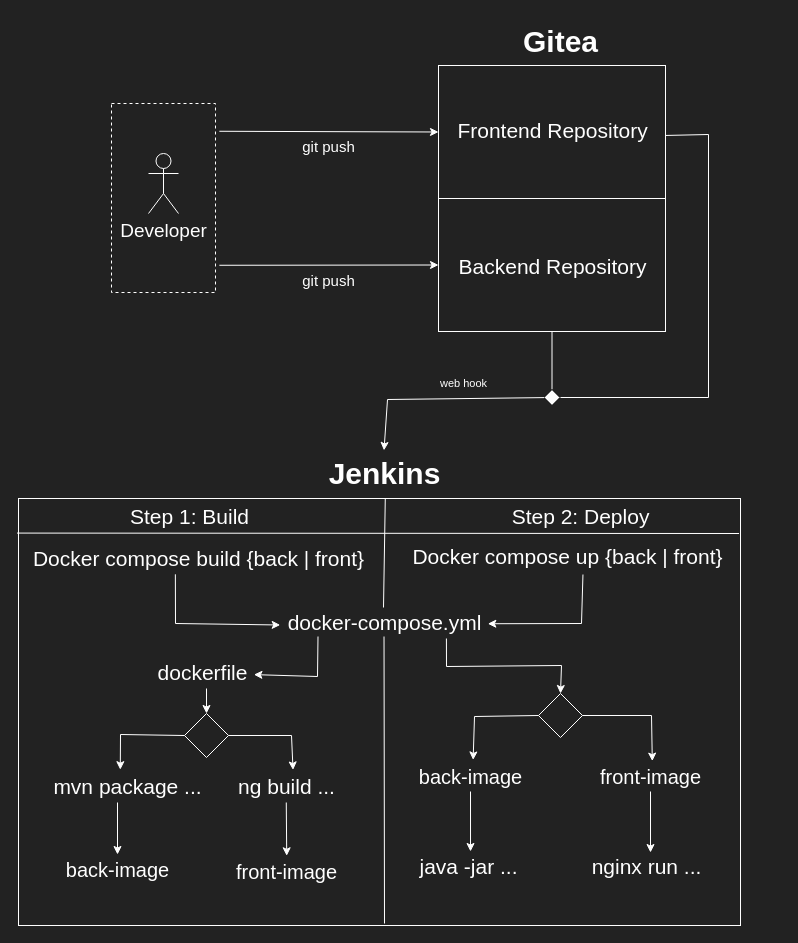
The draw.io diagram 1_documentation/devops-pipeline.drawio in somsos/somsos-template51-devops, before the edit. Source tidied: cells renumbered, new cells numbered last; positions are measured from the earlier drawing's top-left corner, leaving out a move shared by most shapes. Both pictures are drawn from the tidied source at 100%, with x=0, y=0 at pixel (18, 17).
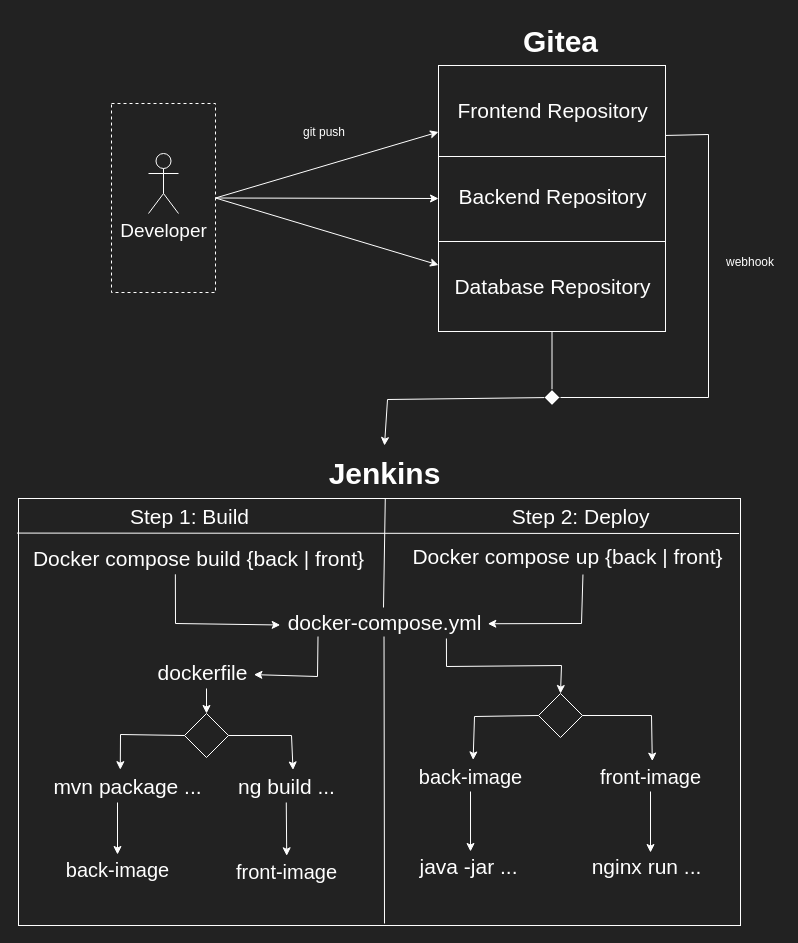
After the change.

The change refers to these unchanged cells:
```xml
<mxCell id="3" style="rounded=0;whiteSpace=wrap;html=1;fillColor=none;strokeColor=#FFFFFF;dashed=1;" parent="1" vertex="1">
  <mxGeometry x="93" y="86" width="104" height="189" as="geometry" />
</mxCell>
<mxCell id="5" style="rounded=0;whiteSpace=wrap;html=1;fillColor=none;strokeColor=#FFFFFF;" parent="1" vertex="1">
  <mxGeometry x="420" y="48" width="227" height="266" as="geometry" />
</mxCell>
<mxCell id="13" value="Jenkins" style="text;html=1;align=center;verticalAlign=middle;points=[];strokeColor=none;fillColor=none;fontColor=#FFFFFF;fontSize=30;rounded=0;fontStyle=1;" parent="1" vertex="1">
  <mxGeometry x="305.5" y="432" width="120" height="48" as="geometry" />
</mxCell>
<mxCell id="42" style="rhombus;whiteSpace=wrap;html=1;" parent="1" vertex="1">
  <mxGeometry x="525.5" y="372" width="16" height="16" as="geometry" />
</mxCell>
```

Diff of the diagram source:
```diff
@@
-    <mxCell id="6" value="git push" style="endArrow=none;startArrow=classic;html=1;strokeColor=#FFFFFF;rounded=0;curved=0;startFill=1;labelBackgroundColor=none;fontColor=#FFFFFF;verticalAlign=top;fontSize=15;endFill=0;exitX=0;exitY=0.25;exitDx=0;exitDy=0;entryX=1.037;entryY=0.147;entryDx=0;entryDy=0;entryPerimeter=0;" parent="1" edge="1" source="5" target="3">
+    <mxCell id="6" style="endArrow=none;startArrow=classic;html=1;strokeColor=#FFFFFF;rounded=0;curved=0;startFill=1;labelBackgroundColor=none;fontColor=#FFFFFF;verticalAlign=top;fontSize=15;endFill=0;exitX=0;exitY=0.25;exitDx=0;exitDy=0;entryX=1;entryY=0.5;entryDx=0;entryDy=0;" parent="1" edge="1" source="5" target="3">
       <mxGeometry relative="1" as="geometry" />
     </mxCell>
-    <mxCell id="7" value="git push" style="endArrow=none;startArrow=classic;html=1;strokeColor=#FFFFFF;rounded=0;curved=0;startFill=1;labelBackgroundColor=none;fontColor=#FFFFFF;verticalAlign=top;fontSize=15;endFill=0;exitX=0;exitY=0.75;exitDx=0;exitDy=0;entryX=1.037;entryY=0.856;entryDx=0;entryDy=0;entryPerimeter=0;" parent="1" edge="1" source="5" target="3">
+    <mxCell id="7" style="endArrow=none;startArrow=classic;html=1;strokeColor=#FFFFFF;rounded=0;curved=0;startFill=1;labelBackgroundColor=none;fontColor=#FFFFFF;verticalAlign=top;fontSize=15;endFill=0;exitX=0;exitY=0.75;exitDx=0;exitDy=0;entryX=1;entryY=0.5;entryDx=0;entryDy=0;" parent="1" edge="1" source="5" target="3">
       <mxGeometry relative="1" as="geometry" />
     </mxCell>
@@
-    <mxCell id="9" style="endArrow=none;startArrow=none;html=1;strokeColor=#FFFFFF;rounded=0;curved=0;exitX=0;exitY=0.5;exitDx=0;exitDy=0;startFill=0;labelBackgroundColor=none;fontColor=#FFFFFF;verticalAlign=top;fontSize=15;endFill=0;entryX=1;entryY=0.5;entryDx=0;entryDy=0;" parent="1" edge="1" source="5" target="5">
-      <mxGeometry x="0.01" relative="1" as="geometry" />
+    <mxCell id="9" style="endArrow=none;startArrow=none;html=1;strokeColor=#FFFFFF;rounded=0;curved=0;exitX=0;exitY=0.5;exitDx=0;exitDy=0;startFill=0;labelBackgroundColor=none;fontColor=#FFFFFF;verticalAlign=top;fontSize=15;endFill=0;entryX=1;entryY=0.5;entryDx=0;entryDy=0;" parent="1" edge="1">
+      <mxGeometry x="0.01" relative="1" as="geometry">
+        <mxPoint x="420" y="139" as="sourcePoint" />
+        <mxPoint x="647" y="139" as="targetPoint" />
+      </mxGeometry>
     </mxCell>
     <mxCell id="10" value="Frontend Repository" style="text;html=1;align=center;verticalAlign=middle;strokeColor=none;fillColor=none;fontColor=#FFFFFF;fontSize=21;rounded=0;" parent="1" vertex="1">
-      <mxGeometry x="429.5" y="94" width="208" height="37" as="geometry" />
+      <mxGeometry x="429.5" y="74" width="208" height="37" as="geometry" />
     </mxCell>
     <mxCell id="11" value="Backend Repository" style="text;html=1;align=center;verticalAlign=middle;strokeColor=none;fillColor=none;fontColor=#FFFFFF;fontSize=21;rounded=0;" parent="1" vertex="1">
-      <mxGeometry x="430.5" y="230" width="206" height="37" as="geometry" />
+      <mxGeometry x="430.5" y="160" width="206" height="37" as="geometry" />
     </mxCell>
@@
-    <mxCell id="43" value="web hook" style="edgeStyle=none;html=1;entryX=0.5;entryY=0.019;entryDx=0;entryDy=0;entryPerimeter=0;strokeColor=#FFFFFF;labelBackgroundColor=none;fontColor=#FFFFFF;rounded=0;curved=0;" parent="1" edge="1" source="42" target="13">
+    <mxCell id="43" style="edgeStyle=none;html=1;strokeColor=#FFFFFF;labelBackgroundColor=none;fontColor=#FFFFFF;rounded=0;curved=0;" parent="1" edge="1" source="42">
       <mxGeometry x="-0.23" y="-15" relative="1" as="geometry">
+        <mxPoint x="366" y="428" as="targetPoint" />
         <Array as="points">
           <mxPoint x="369" y="382" />
         </Array>
       </mxGeometry>
     </mxCell>
@@
+    <mxCell id="49" style="endArrow=none;startArrow=none;html=1;strokeColor=#FFFFFF;rounded=0;curved=0;exitX=0;exitY=0.5;exitDx=0;exitDy=0;startFill=0;labelBackgroundColor=none;fontColor=#FFFFFF;verticalAlign=top;fontSize=15;endFill=0;entryX=1;entryY=0.5;entryDx=0;entryDy=0;" parent="1" edge="1">
+      <mxGeometry x="0.01" relative="1" as="geometry">
+        <mxPoint x="420" y="224" as="sourcePoint" />
+        <mxPoint x="647" y="224" as="targetPoint" />
+      </mxGeometry>
+    </mxCell>
+    <mxCell id="50" value="Database Repository" style="text;html=1;align=center;verticalAlign=middle;strokeColor=none;fillColor=none;fontColor=#FFFFFF;fontSize=21;rounded=0;" parent="1" vertex="1">
+      <mxGeometry x="426.5" y="250" width="214" height="37" as="geometry" />
+    </mxCell>
+    <mxCell id="51" style="endArrow=none;startArrow=classic;html=1;strokeColor=#FFFFFF;rounded=0;curved=0;startFill=1;labelBackgroundColor=none;fontColor=#FFFFFF;verticalAlign=top;fontSize=15;endFill=0;exitX=0;exitY=0.5;exitDx=0;exitDy=0;entryX=1;entryY=0.5;entryDx=0;entryDy=0;" parent="1" edge="1" source="5" target="3">
+      <mxGeometry relative="1" as="geometry" />
+    </mxCell>
+    <mxCell id="52" value="git push" style="text;html=1;align=center;verticalAlign=middle;whiteSpace=wrap;rounded=0;fontColor=#FFFFFF;" parent="1" vertex="1">
+      <mxGeometry x="276" y="100" width="60" height="30" as="geometry" />
+    </mxCell>
+    <mxCell id="53" value="webhook" style="text;html=1;align=center;verticalAlign=middle;whiteSpace=wrap;rounded=0;fontColor=#FFFFFF;" parent="1" vertex="1">
+      <mxGeometry x="702" y="230" width="60" height="30" as="geometry" />
+    </mxCell>
```
